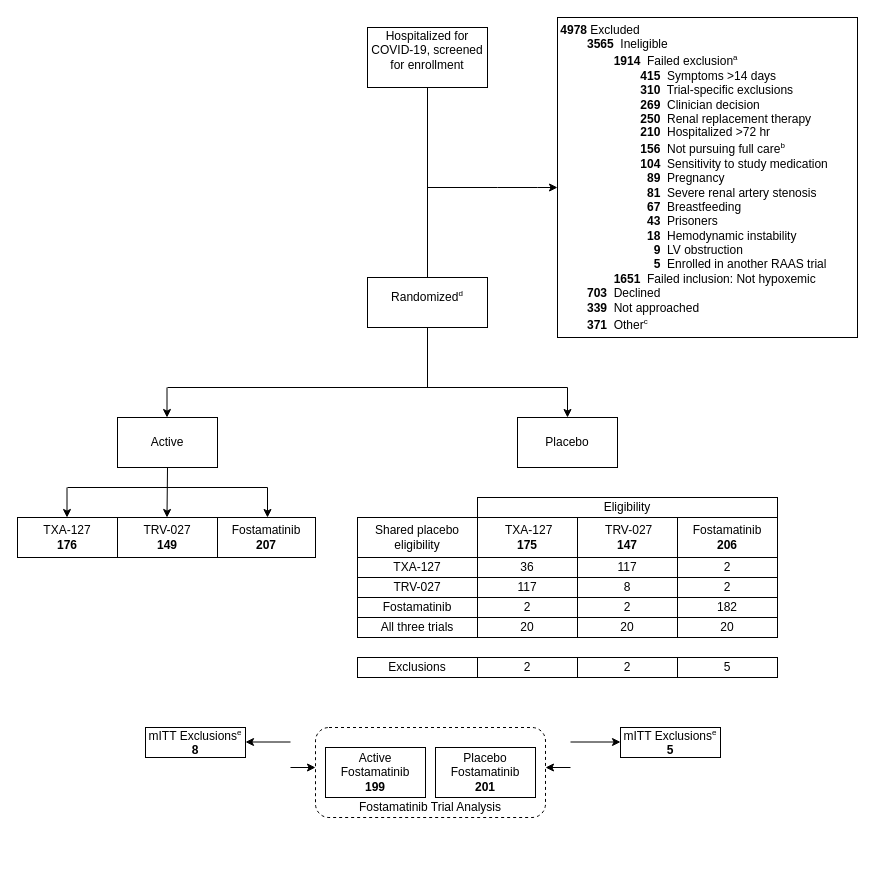
Before: Combined A4HT-CONSORT.drawio in jjdeclercq/VUMisC, a draw.io diagram. Source tidied: cells renumbered, new cells numbered last; positions are measured from the earlier drawing's top-left corner, leaving out a move shared by most shapes. Both pictures are drawn from the tidied source at 100%, with x=0, y=0 at pixel (17, 17).
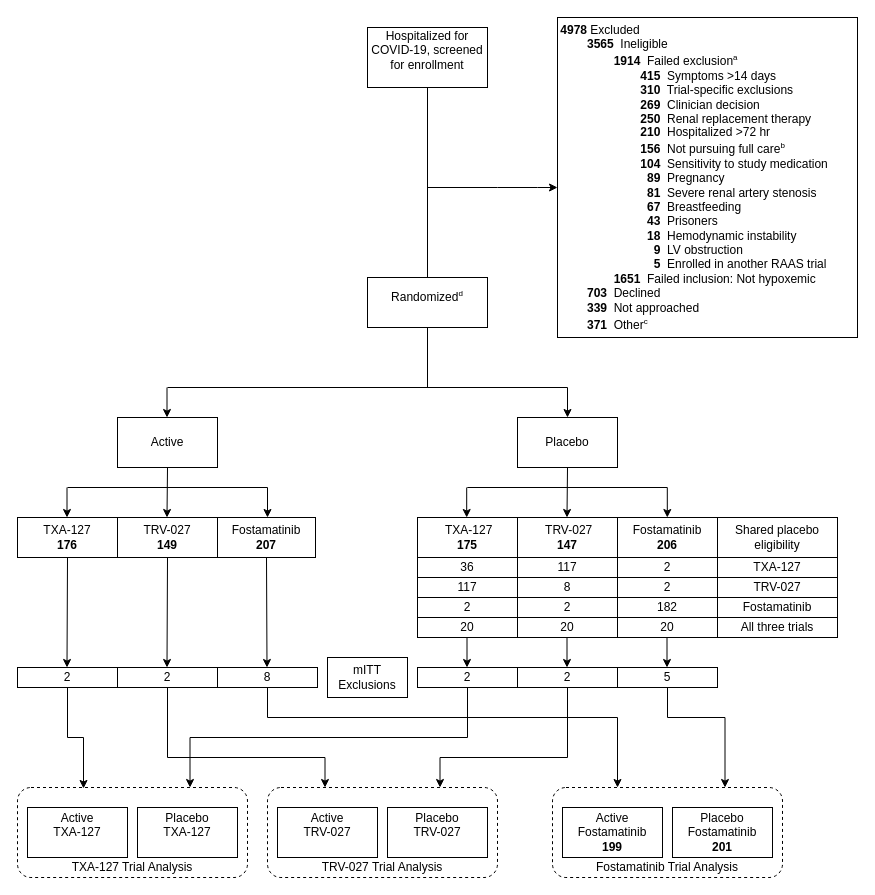
The same diagram, later.

The change refers to these unchanged cells:
```xml
<mxCell id="7" value="&lt;div style=&quot;&quot;&gt;&lt;span style=&quot;background-color: initial;&quot;&gt;TRV-027&lt;/span&gt;&lt;br&gt;&lt;/div&gt;&lt;div style=&quot;&quot;&gt;&lt;b&gt;149&lt;/b&gt;&lt;/div&gt;" style="rounded=0;whiteSpace=wrap;html=1;align=center;" parent="1" vertex="1">
  <mxGeometry x="100" y="500" width="100" height="40" as="geometry" />
</mxCell>
<mxCell id="29" value="&lt;div style=&quot;&quot;&gt;&lt;span style=&quot;background-color: initial;&quot;&gt;TXA-127&lt;/span&gt;&lt;/div&gt;&lt;div style=&quot;&quot;&gt;&lt;b&gt;176&lt;/b&gt;&lt;/div&gt;" style="rounded=0;whiteSpace=wrap;html=1;align=center;" parent="1" vertex="1">
  <mxGeometry y="500" width="100" height="40" as="geometry" />
</mxCell>
<mxCell id="30" value="&lt;div style=&quot;&quot;&gt;&lt;span style=&quot;background-color: initial;&quot;&gt;Fostamatinib&lt;/span&gt;&lt;/div&gt;&lt;div style=&quot;&quot;&gt;&lt;b&gt;207&lt;/b&gt;&lt;/div&gt;" style="rounded=0;whiteSpace=wrap;html=1;align=center;" parent="1" vertex="1">
  <mxGeometry x="200" y="500" width="98" height="40" as="geometry" />
</mxCell>
```

Change to the diagram source:
```diff
@@
-    <mxCell id="10" value="Shared placebo eligibility" style="rounded=0;whiteSpace=wrap;html=1;" parent="1" vertex="1">
-      <mxGeometry x="340" y="500" width="120" height="40" as="geometry" />
-    </mxCell>
     <mxCell id="11" value="&amp;nbsp;TRV-027&lt;div&gt;&lt;b&gt;147&lt;/b&gt;&lt;/div&gt;" style="rounded=0;whiteSpace=wrap;html=1;" parent="1" vertex="1">
-      <mxGeometry x="560" y="500" width="100" height="40" as="geometry" />
+      <mxGeometry x="500" y="500" width="100" height="40" as="geometry" />
     </mxCell>
     <mxCell id="12" value="&amp;nbsp;TXA-127&lt;div&gt;&lt;b&gt;175&lt;/b&gt;&lt;/div&gt;" style="rounded=0;whiteSpace=wrap;html=1;" parent="1" vertex="1">
-      <mxGeometry x="460" y="500" width="100" height="40" as="geometry" />
+      <mxGeometry x="400" y="500" width="100" height="40" as="geometry" />
     </mxCell>
-    <mxCell id="13" value="Eligibility" style="rounded=0;whiteSpace=wrap;html=1;" parent="1" vertex="1">
-      <mxGeometry x="460" y="480" width="300" height="20" as="geometry" />
-    </mxCell>
     <mxCell id="14" value="Fostamatinib&lt;div&gt;&lt;b&gt;206&lt;/b&gt;&lt;/div&gt;" style="rounded=0;whiteSpace=wrap;html=1;" parent="1" vertex="1">
-      <mxGeometry x="660" y="500" width="100" height="40" as="geometry" />
+      <mxGeometry x="600" y="500" width="100" height="40" as="geometry" />
     </mxCell>
@@
     <mxCell id="18" style="rounded=1;whiteSpace=wrap;html=1;dashed=1;" parent="1" vertex="1">
-      <mxGeometry x="298" y="710" width="230" height="90" as="geometry" />
+      <mxGeometry y="770" width="230" height="90" as="geometry" />
     </mxCell>
-    <mxCell id="19" value="&lt;font style=&quot;font-size: 12px;&quot;&gt;Placebo Fostamatinib&lt;br&gt;&lt;b&gt;201&lt;/b&gt;&lt;br&gt;&lt;/font&gt;" style="rounded=0;whiteSpace=wrap;html=1;" parent="1" vertex="1">
-      <mxGeometry x="418" y="730" width="100" height="50" as="geometry" />
+    <mxCell id="19" value="&lt;font style=&quot;font-size: 12px;&quot;&gt;Placebo&lt;/font&gt;&lt;div&gt;&lt;span style=&quot;background-color: initial;&quot;&gt;TXA-127&lt;/span&gt;&lt;div&gt;&lt;font style=&quot;font-size: 12px;&quot;&gt;&lt;br&gt;&lt;/font&gt;&lt;/div&gt;&lt;/div&gt;" style="rounded=0;whiteSpace=wrap;html=1;" parent="1" vertex="1">
+      <mxGeometry x="120" y="790" width="100" height="50" as="geometry" />
     </mxCell>
-    <mxCell id="20" value="Fostamatinib Trial Analysis" style="text;html=1;strokeColor=none;fillColor=none;align=center;verticalAlign=middle;whiteSpace=wrap;rounded=0;dashed=1;" parent="1" vertex="1">
-      <mxGeometry x="338" y="780" width="150" height="20" as="geometry" />
+    <mxCell id="20" value="TXA-127 Trial Analysis" style="text;html=1;strokeColor=none;fillColor=none;align=center;verticalAlign=middle;whiteSpace=wrap;rounded=0;dashed=1;" parent="1" vertex="1">
+      <mxGeometry x="40" y="840" width="150" height="20" as="geometry" />
     </mxCell>
-    <mxCell id="21" value="&lt;div style=&quot;&quot;&gt;&lt;span style=&quot;background-color: initial;&quot;&gt;Active Fostamatinib&lt;/span&gt;&lt;/div&gt;&lt;div style=&quot;&quot;&gt;&lt;b&gt;199&lt;/b&gt;&lt;/div&gt;" style="rounded=0;whiteSpace=wrap;html=1;align=center;" parent="1" vertex="1">
-      <mxGeometry x="308" y="730" width="100" height="50" as="geometry" />
+    <mxCell id="21" value="&lt;div style=&quot;&quot;&gt;&lt;span style=&quot;background-color: initial;&quot;&gt;Active&lt;/span&gt;&lt;/div&gt;&lt;div style=&quot;&quot;&gt;&lt;span style=&quot;background-color: initial;&quot;&gt;TXA-127&lt;/span&gt;&lt;/div&gt;&lt;div style=&quot;&quot;&gt;&lt;br&gt;&lt;/div&gt;" style="rounded=0;whiteSpace=wrap;html=1;align=center;" parent="1" vertex="1">
+      <mxGeometry x="10" y="790" width="100" height="50" as="geometry" />
     </mxCell>
-    <mxCell id="22" value="&lt;font style=&quot;&quot;&gt;&lt;span style=&quot;font-size: 12px;&quot;&gt;mITT Exclusions&lt;/span&gt;&lt;sup style=&quot;&quot;&gt;&lt;font style=&quot;font-size: 8px;&quot;&gt;e&lt;/font&gt;&lt;/sup&gt;&lt;br&gt;&lt;b style=&quot;font-size: 12px;&quot;&gt;8&lt;/b&gt;&lt;br&gt;&lt;/font&gt;" style="rounded=0;whiteSpace=wrap;html=1;fontSize=10;" parent="1" vertex="1">
-      <mxGeometry x="128" y="710" width="100" height="30" as="geometry" />
-    </mxCell>
-    <mxCell id="23" value="&lt;font style=&quot;&quot;&gt;&lt;span style=&quot;font-size: 12px;&quot;&gt;mITT Exclusions&lt;/span&gt;&lt;sup style=&quot;border-color: var(--border-color);&quot;&gt;&lt;font style=&quot;font-size: 8px;&quot;&gt;e&lt;/font&gt;&lt;/sup&gt;&lt;br&gt;&lt;b style=&quot;font-size: 12px;&quot;&gt;5&lt;/b&gt;&lt;br&gt;&lt;/font&gt;" style="rounded=0;whiteSpace=wrap;html=1;fontSize=10;" parent="1" vertex="1">
-      <mxGeometry x="603" y="710" width="100" height="30" as="geometry" />
-    </mxCell>
-    <mxCell id="24" style="endArrow=classic;html=1;rounded=0;" parent="1" edge="1">
-      <mxGeometry relative="1" as="geometry">
-        <mxPoint x="553" y="724.5" as="sourcePoint" />
-        <mxPoint x="603" y="724.5" as="targetPoint" />
-      </mxGeometry>
-    </mxCell>
-    <mxCell id="25" style="endArrow=classic;html=1;rounded=0;" parent="1" edge="1">
-      <mxGeometry relative="1" as="geometry">
-        <mxPoint x="273" y="724.5" as="sourcePoint" />
-        <mxPoint x="228" y="724.5" as="targetPoint" />
-      </mxGeometry>
-    </mxCell>
-    <mxCell id="26" style="endArrow=classic;html=1;rounded=0;" parent="1" edge="1">
-      <mxGeometry relative="1" as="geometry">
-        <mxPoint x="273" y="750" as="sourcePoint" />
-        <mxPoint x="298" y="750" as="targetPoint" />
-      </mxGeometry>
-    </mxCell>
-    <mxCell id="27" style="endArrow=classic;html=1;rounded=0;" parent="1" edge="1">
-      <mxGeometry relative="1" as="geometry">
-        <mxPoint x="553" y="750" as="sourcePoint" />
-        <mxPoint x="528" y="750" as="targetPoint" />
-      </mxGeometry>
-    </mxCell>
@@
-    <mxCell id="31" value="TXA-127" style="rounded=0;whiteSpace=wrap;html=1;" parent="1" vertex="1">
-      <mxGeometry x="340" y="540" width="120" height="20" as="geometry" />
-    </mxCell>
     <mxCell id="32" value="117" style="rounded=0;whiteSpace=wrap;html=1;" parent="1" vertex="1">
-      <mxGeometry x="560" y="540" width="100" height="20" as="geometry" />
+      <mxGeometry x="500" y="540" width="100" height="20" as="geometry" />
     </mxCell>
     <mxCell id="33" value="36" style="rounded=0;whiteSpace=wrap;html=1;" parent="1" vertex="1">
-      <mxGeometry x="460" y="540" width="100" height="20" as="geometry" />
+      <mxGeometry x="400" y="540" width="100" height="20" as="geometry" />
     </mxCell>
     <mxCell id="34" value="2" style="rounded=0;whiteSpace=wrap;html=1;" parent="1" vertex="1">
-      <mxGeometry x="660" y="540" width="100" height="20" as="geometry" />
+      <mxGeometry x="600" y="540" width="100" height="20" as="geometry" />
     </mxCell>
-    <mxCell id="35" value="TRV-027" style="rounded=0;whiteSpace=wrap;html=1;" parent="1" vertex="1">
-      <mxGeometry x="340" y="560" width="120" height="20" as="geometry" />
-    </mxCell>
     <mxCell id="36" value="8" style="rounded=0;whiteSpace=wrap;html=1;" parent="1" vertex="1">
-      <mxGeometry x="560" y="560" width="100" height="20" as="geometry" />
+      <mxGeometry x="500" y="560" width="100" height="20" as="geometry" />
     </mxCell>
     <mxCell id="37" value="117" style="rounded=0;whiteSpace=wrap;html=1;" parent="1" vertex="1">
-      <mxGeometry x="460" y="560" width="100" height="20" as="geometry" />
+      <mxGeometry x="400" y="560" width="100" height="20" as="geometry" />
     </mxCell>
     <mxCell id="38" value="2" style="rounded=0;whiteSpace=wrap;html=1;" parent="1" vertex="1">
-      <mxGeometry x="660" y="560" width="100" height="20" as="geometry" />
+      <mxGeometry x="600" y="560" width="100" height="20" as="geometry" />
     </mxCell>
-    <mxCell id="39" value="Fostamatinib" style="rounded=0;whiteSpace=wrap;html=1;" parent="1" vertex="1">
-      <mxGeometry x="340" y="580" width="120" height="20" as="geometry" />
-    </mxCell>
     <mxCell id="40" value="2" style="rounded=0;whiteSpace=wrap;html=1;" parent="1" vertex="1">
-      <mxGeometry x="560" y="580" width="100" height="20" as="geometry" />
+      <mxGeometry x="500" y="580" width="100" height="20" as="geometry" />
     </mxCell>
     <mxCell id="41" value="2" style="rounded=0;whiteSpace=wrap;html=1;" parent="1" vertex="1">
-      <mxGeometry x="460" y="580" width="100" height="20" as="geometry" />
+      <mxGeometry x="400" y="580" width="100" height="20" as="geometry" />
     </mxCell>
     <mxCell id="42" value="182" style="rounded=0;whiteSpace=wrap;html=1;" parent="1" vertex="1">
-      <mxGeometry x="660" y="580" width="100" height="20" as="geometry" />
+      <mxGeometry x="600" y="580" width="100" height="20" as="geometry" />
     </mxCell>
-    <mxCell id="43" value="All three trials" style="rounded=0;whiteSpace=wrap;html=1;" parent="1" vertex="1">
-      <mxGeometry x="340" y="600" width="120" height="20" as="geometry" />
-    </mxCell>
     <mxCell id="44" value="20" style="rounded=0;whiteSpace=wrap;html=1;" parent="1" vertex="1">
-      <mxGeometry x="560" y="600" width="100" height="20" as="geometry" />
+      <mxGeometry x="500" y="600" width="100" height="20" as="geometry" />
     </mxCell>
     <mxCell id="45" value="20" style="rounded=0;whiteSpace=wrap;html=1;" parent="1" vertex="1">
-      <mxGeometry x="460" y="600" width="100" height="20" as="geometry" />
+      <mxGeometry x="400" y="600" width="100" height="20" as="geometry" />
     </mxCell>
     <mxCell id="46" value="20" style="rounded=0;whiteSpace=wrap;html=1;" parent="1" vertex="1">
-      <mxGeometry x="660" y="600" width="100" height="20" as="geometry" />
+      <mxGeometry x="600" y="600" width="100" height="20" as="geometry" />
     </mxCell>
-    <mxCell id="47" value="Exclusions" style="rounded=0;whiteSpace=wrap;html=1;" parent="1" vertex="1">
-      <mxGeometry x="340" y="640" width="120" height="20" as="geometry" />
+    <mxCell id="47" value="mITT&lt;div&gt;Exclusions&lt;/div&gt;" style="rounded=0;whiteSpace=wrap;html=1;" parent="1" vertex="1">
+      <mxGeometry x="310" y="640" width="80" height="40" as="geometry" />
     </mxCell>
+    <mxCell id="56" style="edgeStyle=orthogonalEdgeStyle;rounded=0;jettySize=auto;html=1;entryX=0.75;entryY=0;entryDx=0;entryDy=0;" parent="1" edge="1" source="48" target="75">
+      <mxGeometry relative="1" as="geometry">
+        <Array as="points">
+          <mxPoint x="550" y="740" />
+          <mxPoint x="423" y="740" />
+        </Array>
+      </mxGeometry>
+    </mxCell>
     <mxCell id="48" value="2" style="rounded=0;whiteSpace=wrap;html=1;" parent="1" vertex="1">
-      <mxGeometry x="560" y="640" width="100" height="20" as="geometry" />
+      <mxGeometry x="500" y="650" width="100" height="20" as="geometry" />
     </mxCell>
+    <mxCell id="57" style="edgeStyle=orthogonalEdgeStyle;rounded=0;jettySize=auto;html=1;entryX=0.75;entryY=0;entryDx=0;entryDy=0;" parent="1" edge="1" source="49" target="18">
+      <mxGeometry relative="1" as="geometry">
+        <Array as="points">
+          <mxPoint x="450" y="720" />
+          <mxPoint x="173" y="720" />
+        </Array>
+      </mxGeometry>
+    </mxCell>
     <mxCell id="49" value="2" style="rounded=0;whiteSpace=wrap;html=1;" parent="1" vertex="1">
-      <mxGeometry x="460" y="640" width="100" height="20" as="geometry" />
+      <mxGeometry x="400" y="650" width="100" height="20" as="geometry" />
     </mxCell>
+    <mxCell id="58" style="edgeStyle=orthogonalEdgeStyle;rounded=0;jettySize=auto;html=1;entryX=0.75;entryY=0;entryDx=0;entryDy=0;" parent="1" edge="1" source="50" target="79">
+      <mxGeometry relative="1" as="geometry">
+        <Array as="points">
+          <mxPoint x="650" y="700" />
+          <mxPoint x="708" y="700" />
+        </Array>
+      </mxGeometry>
+    </mxCell>
     <mxCell id="50" value="5" style="rounded=0;whiteSpace=wrap;html=1;" parent="1" vertex="1">
-      <mxGeometry x="660" y="640" width="100" height="20" as="geometry" />
+      <mxGeometry x="600" y="650" width="100" height="20" as="geometry" />
     </mxCell>
@@
+    <mxCell id="59" style="endArrow=classic;html=1;rounded=0;exitX=0.5;exitY=1;exitDx=0;exitDy=0;" parent="1" edge="1" source="29">
+      <mxGeometry relative="1" as="geometry">
+        <mxPoint x="49.5" y="650" as="targetPoint" />
+      </mxGeometry>
+    </mxCell>
+    <mxCell id="60" style="endArrow=classic;html=1;rounded=0;exitX=0.5;exitY=1;exitDx=0;exitDy=0;" parent="1" edge="1" source="30">
+      <mxGeometry relative="1" as="geometry">
+        <mxPoint x="249.5" y="650" as="targetPoint" />
+      </mxGeometry>
+    </mxCell>
+    <mxCell id="61" style="endArrow=classic;html=1;rounded=0;exitX=0.5;exitY=1;exitDx=0;exitDy=0;" parent="1" edge="1" source="7">
+      <mxGeometry relative="1" as="geometry">
+        <mxPoint x="149.5" y="650" as="targetPoint" />
+      </mxGeometry>
+    </mxCell>
+    <mxCell id="62" style="edgeStyle=orthogonalEdgeStyle;rounded=0;jettySize=auto;html=1;entryX=0.25;entryY=0;entryDx=0;entryDy=0;" parent="1" edge="1" source="63" target="75">
+      <mxGeometry relative="1" as="geometry">
+        <Array as="points">
+          <mxPoint x="150" y="740" />
+          <mxPoint x="308" y="740" />
+        </Array>
+      </mxGeometry>
+    </mxCell>
+    <mxCell id="63" value="2" style="rounded=0;whiteSpace=wrap;html=1;" parent="1" vertex="1">
+      <mxGeometry x="100" y="650" width="100" height="20" as="geometry" />
+    </mxCell>
+    <mxCell id="64" style="edgeStyle=orthogonalEdgeStyle;rounded=0;jettySize=auto;html=1;entryX=0.287;entryY=0.011;entryDx=0;entryDy=0;entryPerimeter=0;" parent="1" edge="1" source="65" target="18">
+      <mxGeometry relative="1" as="geometry" />
+    </mxCell>
+    <mxCell id="65" value="2" style="rounded=0;whiteSpace=wrap;html=1;" parent="1" vertex="1">
+      <mxGeometry y="650" width="100" height="20" as="geometry" />
+    </mxCell>
+    <mxCell id="66" style="edgeStyle=orthogonalEdgeStyle;rounded=0;jettySize=auto;html=1;" parent="1" edge="1" source="67" target="79">
+      <mxGeometry relative="1" as="geometry">
+        <Array as="points">
+          <mxPoint x="250" y="700" />
+          <mxPoint x="600" y="700" />
+        </Array>
+      </mxGeometry>
+    </mxCell>
+    <mxCell id="67" value="8" style="rounded=0;whiteSpace=wrap;html=1;" parent="1" vertex="1">
+      <mxGeometry x="200" y="650" width="100" height="20" as="geometry" />
+    </mxCell>
+    <mxCell id="10" value="Shared placebo eligibility" style="rounded=0;whiteSpace=wrap;html=1;" parent="1" vertex="1">
+      <mxGeometry x="700" y="500" width="120" height="40" as="geometry" />
+    </mxCell>
+    <mxCell id="31" value="TXA-127" style="rounded=0;whiteSpace=wrap;html=1;" parent="1" vertex="1">
+      <mxGeometry x="700" y="540" width="120" height="20" as="geometry" />
+    </mxCell>
+    <mxCell id="35" value="TRV-027" style="rounded=0;whiteSpace=wrap;html=1;" parent="1" vertex="1">
+      <mxGeometry x="700" y="560" width="120" height="20" as="geometry" />
+    </mxCell>
+    <mxCell id="39" value="Fostamatinib" style="rounded=0;whiteSpace=wrap;html=1;" parent="1" vertex="1">
+      <mxGeometry x="700" y="580" width="120" height="20" as="geometry" />
+    </mxCell>
+    <mxCell id="43" value="All three trials" style="rounded=0;whiteSpace=wrap;html=1;" parent="1" vertex="1">
+      <mxGeometry x="700" y="600" width="120" height="20" as="geometry" />
+    </mxCell>
+    <mxCell id="68" style="endArrow=classic;html=1;rounded=0;" parent="1" edge="1">
+      <mxGeometry relative="1" as="geometry">
+        <mxPoint x="449.2" y="470" as="sourcePoint" />
+        <mxPoint x="449.2" y="500" as="targetPoint" />
+      </mxGeometry>
+    </mxCell>
+    <mxCell id="69" style="endArrow=classic;html=1;rounded=0;" parent="1" edge="1">
+      <mxGeometry relative="1" as="geometry">
+        <mxPoint x="649.8" y="470" as="sourcePoint" />
+        <mxPoint x="649.8" y="500" as="targetPoint" />
+      </mxGeometry>
+    </mxCell>
+    <mxCell id="70" style="endArrow=none;html=1;rounded=0;" parent="1" edge="1">
+      <mxGeometry relative="1" as="geometry">
+        <mxPoint x="449.8" y="470" as="sourcePoint" />
+        <mxPoint x="649.8" y="470" as="targetPoint" />
+      </mxGeometry>
+    </mxCell>
+    <mxCell id="71" style="endArrow=classic;html=1;rounded=0;exitX=0.5;exitY=1;exitDx=0;exitDy=0;" parent="1" edge="1">
+      <mxGeometry relative="1" as="geometry">
+        <mxPoint x="550" y="450" as="sourcePoint" />
+        <mxPoint x="549.5" y="500" as="targetPoint" />
+      </mxGeometry>
+    </mxCell>
+    <mxCell id="72" style="endArrow=classic;html=1;rounded=0;" parent="1" edge="1">
+      <mxGeometry relative="1" as="geometry">
+        <mxPoint x="449.5" y="620" as="sourcePoint" />
+        <mxPoint x="449.5" y="650" as="targetPoint" />
+      </mxGeometry>
+    </mxCell>
+    <mxCell id="73" style="endArrow=classic;html=1;rounded=0;" parent="1" edge="1">
+      <mxGeometry relative="1" as="geometry">
+        <mxPoint x="549.5" y="620" as="sourcePoint" />
+        <mxPoint x="549.5" y="650" as="targetPoint" />
+      </mxGeometry>
+    </mxCell>
+    <mxCell id="74" style="endArrow=classic;html=1;rounded=0;" parent="1" edge="1">
+      <mxGeometry relative="1" as="geometry">
+        <mxPoint x="649.5" y="620" as="sourcePoint" />
+        <mxPoint x="649.5" y="650" as="targetPoint" />
+      </mxGeometry>
+    </mxCell>
+    <mxCell id="75" style="rounded=1;whiteSpace=wrap;html=1;dashed=1;" parent="1" vertex="1">
+      <mxGeometry x="250" y="770" width="230" height="90" as="geometry" />
+    </mxCell>
+    <mxCell id="76" value="&lt;font style=&quot;font-size: 12px;&quot;&gt;Placebo&lt;/font&gt;&lt;div&gt;&lt;font style=&quot;font-size: 12px;&quot;&gt;TRV-027&lt;br&gt;&lt;br&gt;&lt;/font&gt;&lt;/div&gt;" style="rounded=0;whiteSpace=wrap;html=1;" parent="1" vertex="1">
+      <mxGeometry x="370" y="790" width="100" height="50" as="geometry" />
+    </mxCell>
+    <mxCell id="77" value="TRV-027&lt;span style=&quot;background-color: initial;&quot;&gt;&amp;nbsp;Trial Analysis&lt;/span&gt;" style="text;html=1;strokeColor=none;fillColor=none;align=center;verticalAlign=middle;whiteSpace=wrap;rounded=0;dashed=1;" parent="1" vertex="1">
+      <mxGeometry x="290" y="840" width="150" height="20" as="geometry" />
+    </mxCell>
+    <mxCell id="78" value="&lt;div style=&quot;&quot;&gt;&lt;span style=&quot;background-color: initial;&quot;&gt;Active&lt;/span&gt;&lt;/div&gt;&lt;div style=&quot;&quot;&gt;&lt;span style=&quot;background-color: initial;&quot;&gt;TRV-027&lt;/span&gt;&lt;/div&gt;&lt;div style=&quot;&quot;&gt;&lt;br&gt;&lt;/div&gt;" style="rounded=0;whiteSpace=wrap;html=1;align=center;" parent="1" vertex="1">
+      <mxGeometry x="260" y="790" width="100" height="50" as="geometry" />
+    </mxCell>
+    <mxCell id="79" style="rounded=1;whiteSpace=wrap;html=1;dashed=1;" parent="1" vertex="1">
+      <mxGeometry x="535" y="770" width="230" height="90" as="geometry" />
+    </mxCell>
+    <mxCell id="80" value="&lt;font style=&quot;font-size: 12px;&quot;&gt;Placebo Fostamatinib&lt;br&gt;&lt;b&gt;201&lt;/b&gt;&lt;br&gt;&lt;/font&gt;" style="rounded=0;whiteSpace=wrap;html=1;" parent="1" vertex="1">
+      <mxGeometry x="655" y="790" width="100" height="50" as="geometry" />
+    </mxCell>
+    <mxCell id="81" value="Fostamatinib Trial Analysis" style="text;html=1;strokeColor=none;fillColor=none;align=center;verticalAlign=middle;whiteSpace=wrap;rounded=0;dashed=1;" parent="1" vertex="1">
+      <mxGeometry x="575" y="840" width="150" height="20" as="geometry" />
+    </mxCell>
+    <mxCell id="82" value="&lt;div style=&quot;&quot;&gt;&lt;span style=&quot;background-color: initial;&quot;&gt;Active Fostamatinib&lt;/span&gt;&lt;/div&gt;&lt;div style=&quot;&quot;&gt;&lt;b&gt;199&lt;/b&gt;&lt;/div&gt;" style="rounded=0;whiteSpace=wrap;html=1;align=center;" parent="1" vertex="1">
+      <mxGeometry x="545" y="790" width="100" height="50" as="geometry" />
+    </mxCell>
```
